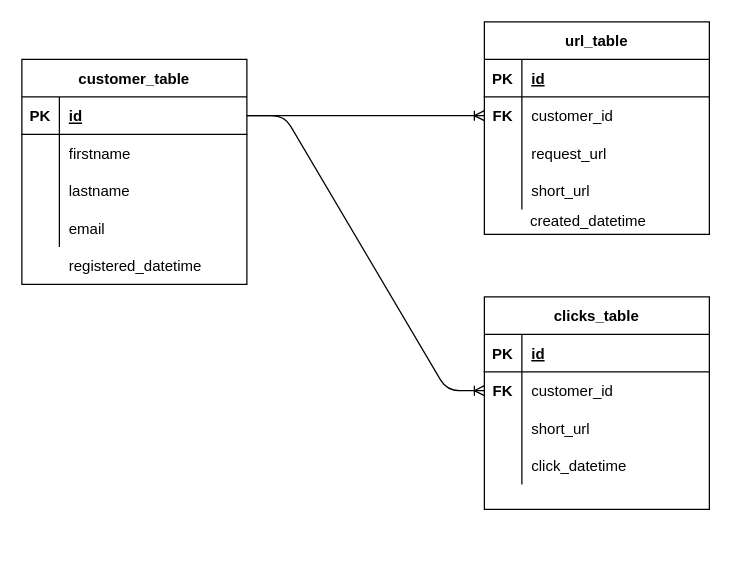
This is page "ERD" (3 of 3) of High Level Overview.drawio from eldrad294/Backend-Link-Shortener, a draw.io file, before an edit. Source tidied: cells renumbered, new cells numbered last; positions are measured from the earlier drawing's top-left corner, leaving out a move shared by most shapes. Both pictures are drawn from the tidied source at 125%, with x=0, y=0 at pixel (21, 21).
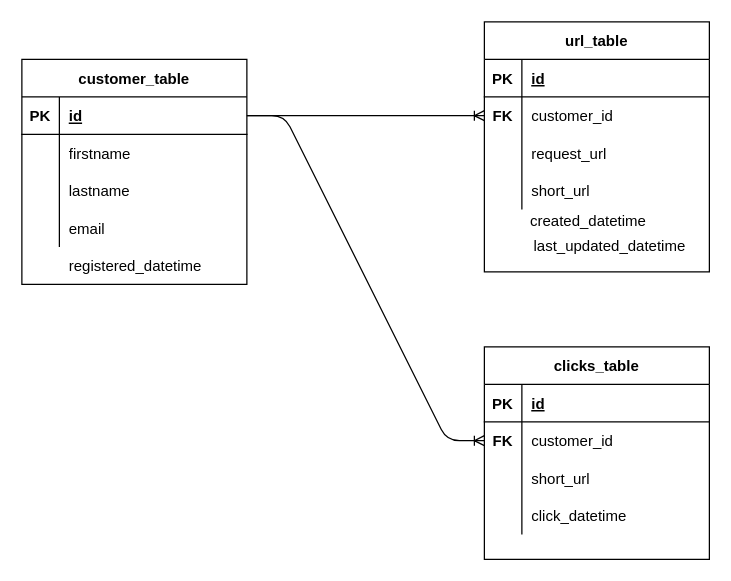
After the change.

Change to the diagram source:
```diff
@@
     <mxCell id="16" value="url_table" style="shape=table;startSize=30;childLayout=tableLayout;rowLines=0;fontStyle=1;align=center;shadow=0;" parent="1" vertex="1">
-      <mxGeometry x="370" width="180" height="170" as="geometry" />
+      <mxGeometry x="370" width="180" height="200" as="geometry" />
     </mxCell>
@@
     <mxCell id="31" value="clicks_table" style="shape=table;startSize=30;childLayout=tableLayout;rowLines=0;fontStyle=1;align=center;shadow=0;" parent="1" vertex="1">
-      <mxGeometry x="370" y="220" width="180" height="170" as="geometry" />
+      <mxGeometry x="370" y="260" width="180" height="170" as="geometry" />
     </mxCell>
@@
+    <mxCell id="45" value="last_updated_datetime" style="text;html=1;align=center;verticalAlign=middle;strokeColor=none;" parent="1" vertex="1">
+      <mxGeometry x="400" y="170" width="140" height="20" as="geometry" />
+    </mxCell>
```
